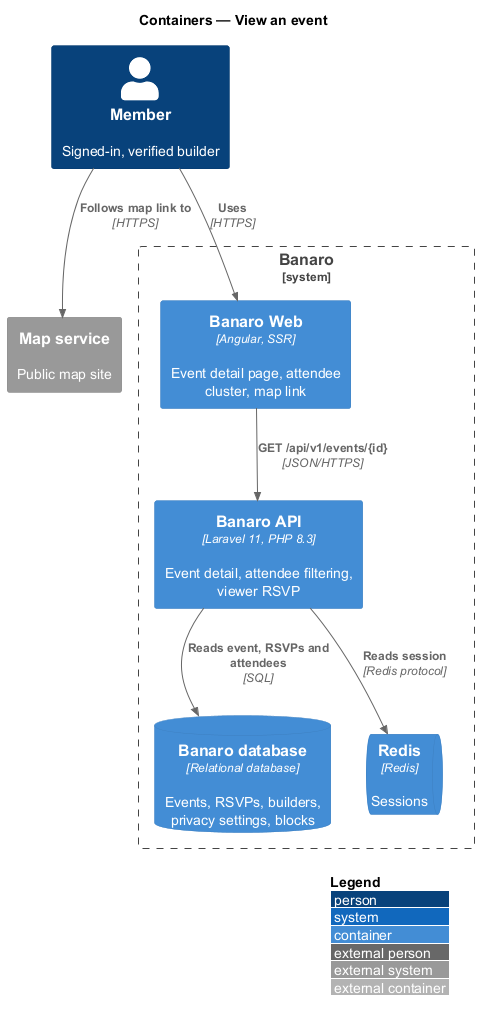
Before: docs/detailed-designs/events/view-event/diagrams/c4-container.png, a diagram exported from PlantUML (QuinntyneBrown/banaro).
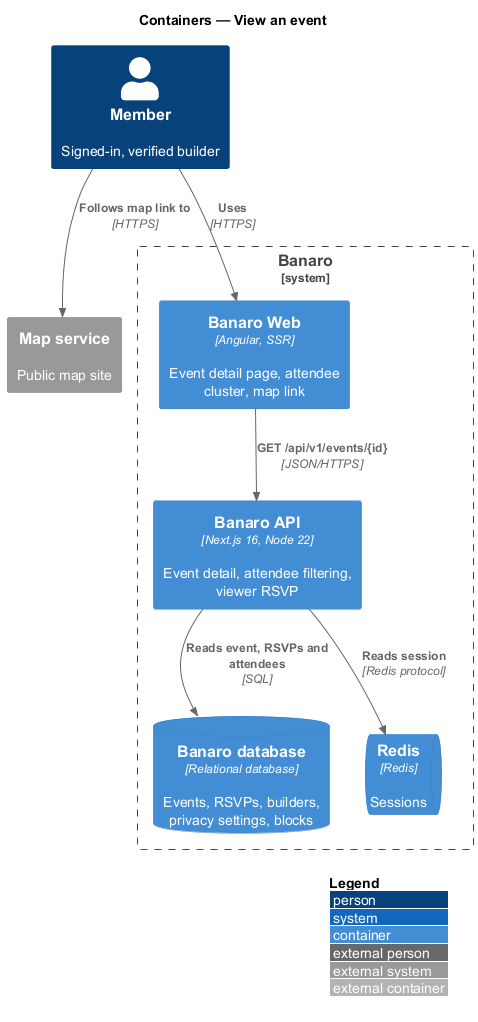
Above is the later version.

Diff of the diagram source:
```diff
@@ -8,7 +8,7 @@
 
 System_Boundary(banaro, "Banaro") {
   Container(web, "Banaro Web", "Angular, SSR", "Event detail page, attendee cluster, map link")
-  Container(api, "Banaro API", "Laravel 11, PHP 8.3", "Event detail, attendee filtering, viewer RSVP")
+  Container(api, "Banaro API", "Next.js 16, Node 22", "Event detail, attendee filtering, viewer RSVP")
   ContainerDb(db, "Banaro database", "Relational database", "Events, RSVPs, builders, privacy settings, blocks")
   ContainerQueue(redis, "Redis", "Redis", "Sessions")
 }
```
